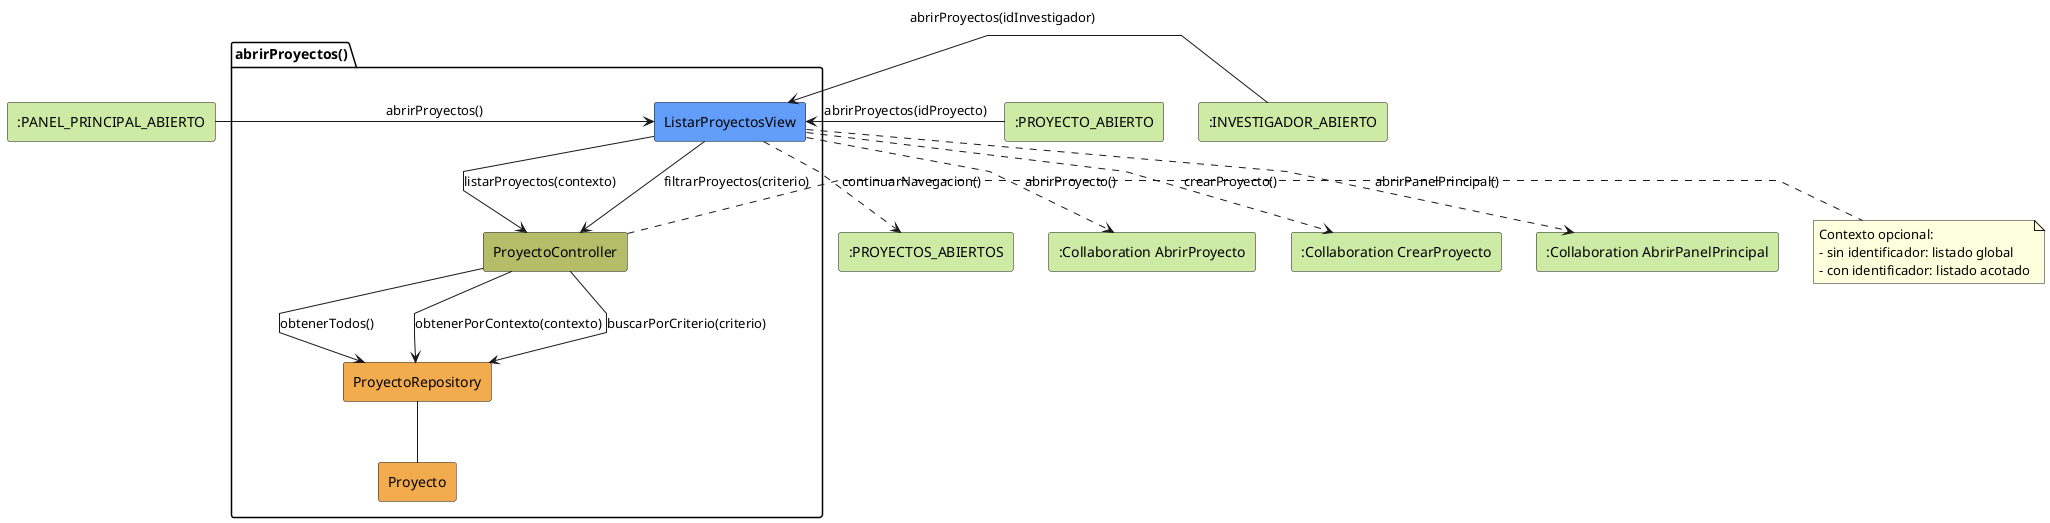
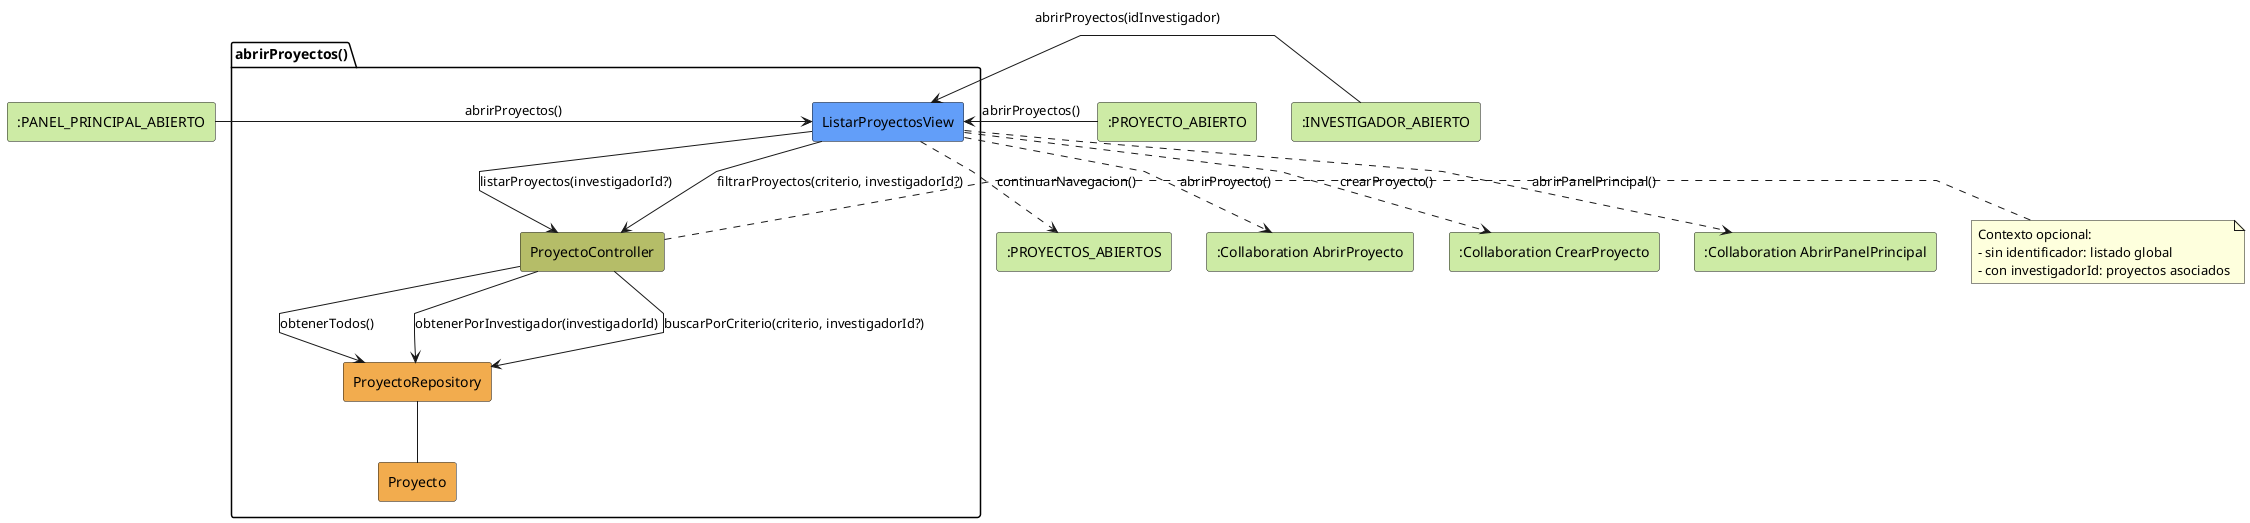
@startuml abrirProyectos-analisis
skinparam linetype polyline

rectangle #CDEBA5 ":PANEL_PRINCIPAL_ABIERTO" as EstadoEntrada1
rectangle #CDEBA5 ":PROYECTO_ABIERTO" as EstadoEntrada2
rectangle #CDEBA5 ":INVESTIGADOR_ABIERTO" as EstadoEntrada3
package abrirProyectos as "abrirProyectos()" {
    rectangle #629EF9 ListarProyectosView
    rectangle #b5bd68 ProyectoController
    rectangle #F2AC4E ProyectoRepository
    rectangle #F2AC4E Proyecto
}

rectangle #CDEBA5 ":PROYECTOS_ABIERTOS" as EstadoSalida
rectangle #CDEBA5 ":Collaboration AbrirProyecto" as AbrirProyecto
rectangle #CDEBA5 ":Collaboration CrearProyecto" as CrearProyecto
rectangle #CDEBA5 ":Collaboration AbrirPanelPrincipal" as AbrirPanelPrincipal

EstadoEntrada1 -r-> ListarProyectosView: abrirProyectos()
- EstadoEntrada2 -r-> ListarProyectosView: abrirProyectos(idProyecto)
+ EstadoEntrada2 -r-> ListarProyectosView: abrirProyectos()
EstadoEntrada3 -r-> ListarProyectosView: abrirProyectos(idInvestigador)

- ListarProyectosView -d-> ProyectoController: listarProyectos(contexto)
- ListarProyectosView --> ProyectoController: filtrarProyectos(criterio)
+ ListarProyectosView -d-> ProyectoController: listarProyectos(investigadorId?)
ProyectoController --> ProyectoRepository: obtenerTodos()
- ProyectoController --> ProyectoRepository: obtenerPorContexto(contexto)
- ProyectoController --> ProyectoRepository: buscarPorCriterio(criterio)
+ ProyectoController --> ProyectoRepository: obtenerPorInvestigador(investigadorId)
+ ListarProyectosView --> ProyectoController: filtrarProyectos(criterio, investigadorId?)
+ ProyectoController --> ProyectoRepository: buscarPorCriterio(criterio, investigadorId?)
ProyectoRepository -- Proyecto
note right of ProyectoController
Contexto opcional:
- sin identificador: listado global
- - con identificador: listado acotado
+ - con investigadorId: proyectos asociados
end note
ListarProyectosView ..> EstadoSalida: continuarNavegacion()
ListarProyectosView ..> AbrirProyecto: abrirProyecto()
ListarProyectosView ..> CrearProyecto: crearProyecto()
ListarProyectosView ..> AbrirPanelPrincipal: abrirPanelPrincipal()

@enduml
